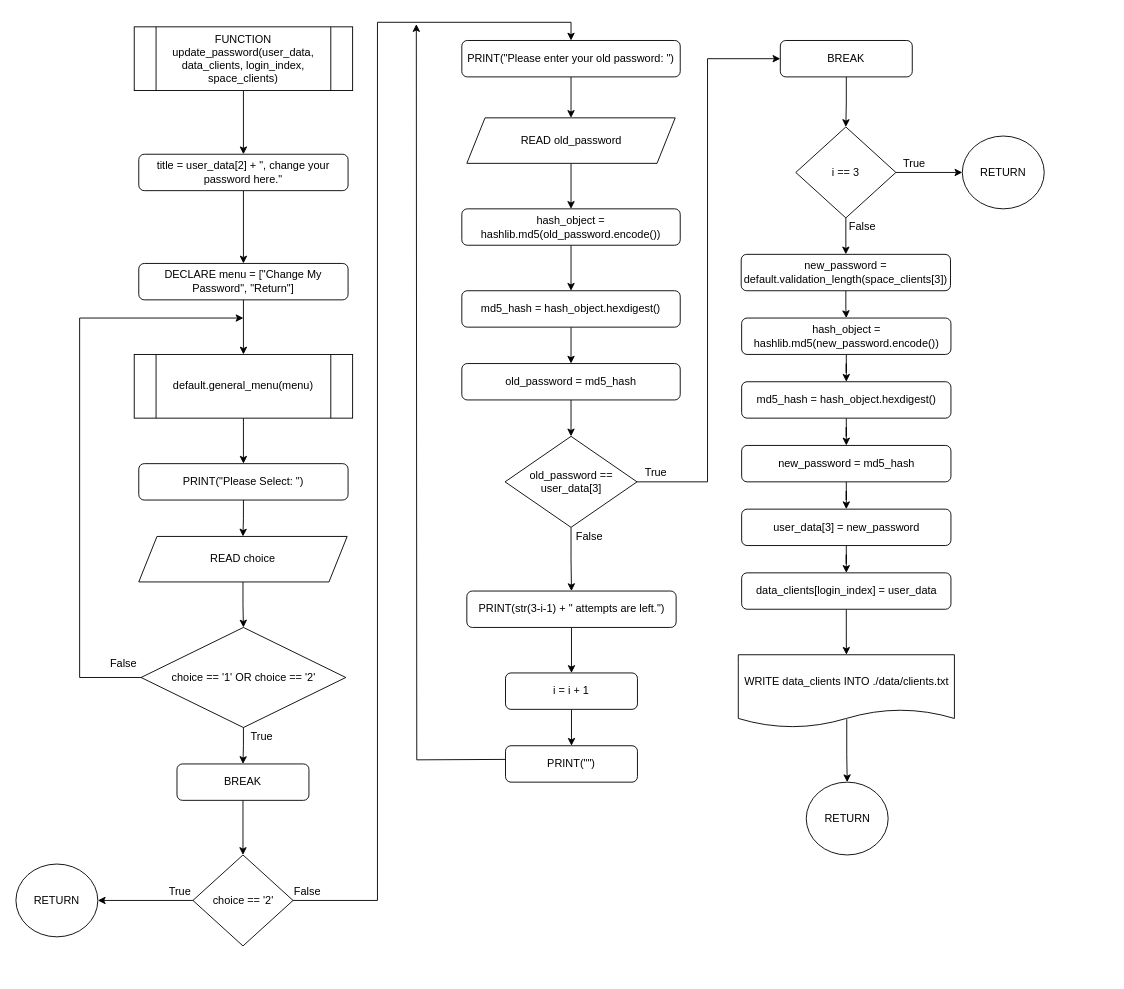
Earlier version of the draw.io diagram Flowchart/clients/update_password.drawio (RabbitBear00/Car-Rental-System). Source tidied: cells renumbered, new cells numbered last; positions are measured from the earlier drawing's top-left corner, leaving out a move shared by most shapes. Both pictures are drawn from the tidied source at 91%, with x=0, y=0 at pixel (15, 24).
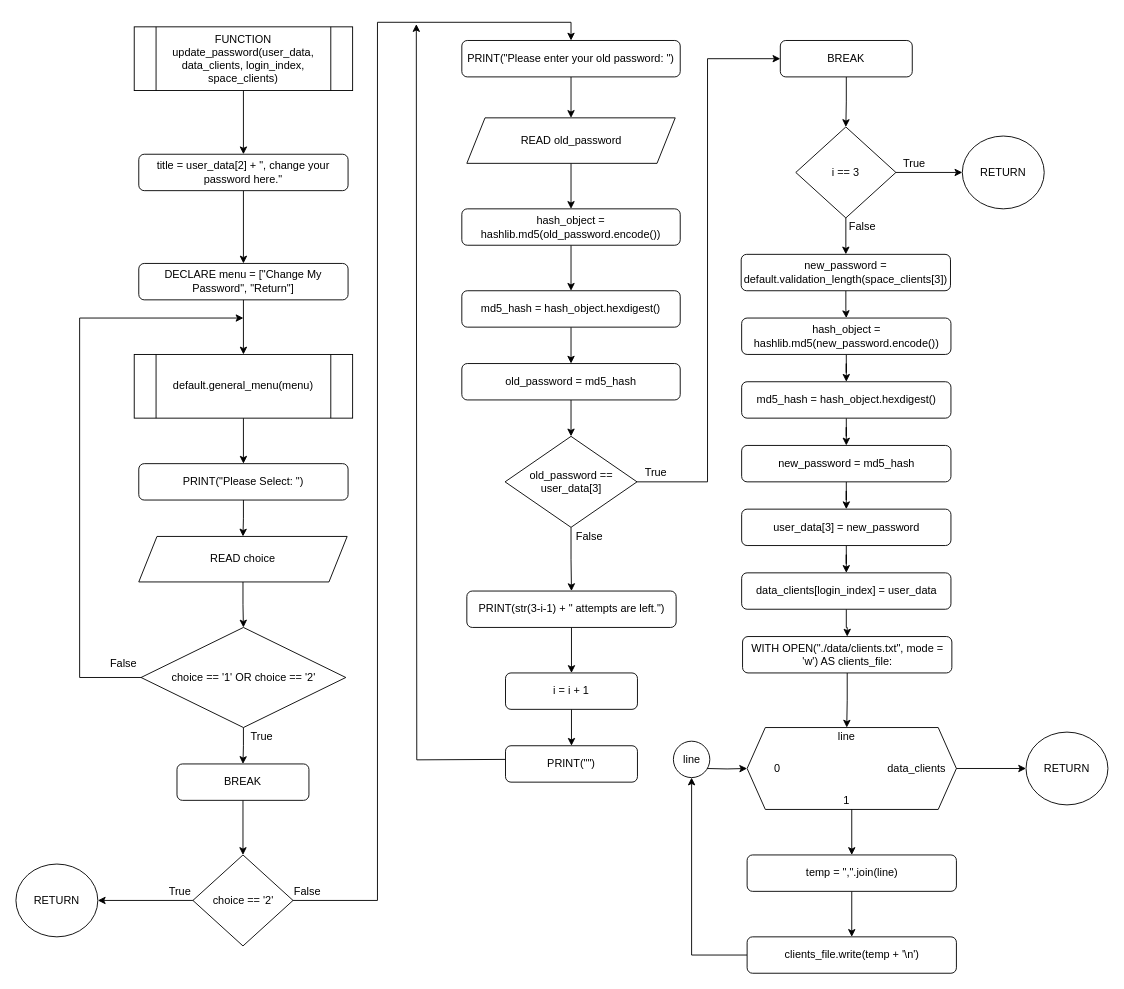
After the change.

Unchanged cells that the change refers to:
```xml
<mxCell id="67" value="data_clients[login_index] = user_data" style="rounded=1;whiteSpace=wrap;html=1;" parent="1" vertex="1">
  <mxGeometry x="797.5" y="603" width="230" height="40" as="geometry" />
</mxCell>
```

Diff of the diagram source:
```diff
@@
-    <mxCell id="66" style="edgeStyle=orthogonalEdgeStyle;rounded=0;jettySize=auto;html=1;" parent="1" edge="1" source="67" target="69">
-      <mxGeometry relative="1" as="geometry" />
-    </mxCell>
+    <mxCell id="71" style="edgeStyle=orthogonalEdgeStyle;rounded=0;jettySize=auto;html=1;" parent="1" edge="1" source="67" target="73">
+      <mxGeometry relative="1" as="geometry" />
+    </mxCell>
@@
-    <mxCell id="68" style="edgeStyle=orthogonalEdgeStyle;rounded=0;jettySize=auto;html=1;exitX=0.502;exitY=0.886;exitDx=0;exitDy=0;exitPerimeter=0;" parent="1" edge="1" source="69" target="70">
-      <mxGeometry relative="1" as="geometry" />
-    </mxCell>
-    <mxCell id="69" value="&lt;span&gt;WRITE data_clients INTO&amp;nbsp;./data/clients.txt&lt;/span&gt;" style="shape=document;whiteSpace=wrap;html=1;boundedLbl=1;size=0.25;" parent="1" vertex="1">
-      <mxGeometry x="793.8" y="693" width="237.5" height="80" as="geometry" />
-    </mxCell>
     <mxCell id="70" value="RETURN" style="ellipse;whiteSpace=wrap;html=1;" parent="1" vertex="1">
-      <mxGeometry x="868.5" y="833" width="90" height="80" as="geometry" />
+      <mxGeometry x="1110" y="778" width="90" height="80" as="geometry" />
     </mxCell>
+    <mxCell id="72" style="edgeStyle=orthogonalEdgeStyle;rounded=0;jettySize=auto;html=1;entryX=0.5;entryY=0;entryDx=0;entryDy=0;" parent="1" edge="1" source="73" target="76">
+      <mxGeometry relative="1" as="geometry" />
+    </mxCell>
+    <mxCell id="73" value="WITH OPEN(&quot;./data/clients.txt&quot;, mode = 'w') AS clients_file:" style="rounded=1;whiteSpace=wrap;html=1;" parent="1" vertex="1">
+      <mxGeometry x="798.5" y="673" width="230" height="40" as="geometry" />
+    </mxCell>
+    <mxCell id="74" style="group;" parent="1" vertex="1">
+      <mxGeometry x="803.5" y="773" width="230" height="90" as="geometry" />
+    </mxCell>
+    <mxCell id="75" style="shape=hexagon;perimeter=hexagonPerimeter2;whiteSpace=wrap;html=1;fixedSize=1;" parent="74" vertex="1">
+      <mxGeometry width="230" height="90" as="geometry" />
+    </mxCell>
+    <mxCell id="76" value="line" style="text;html=1;strokeColor=none;fillColor=none;align=center;verticalAlign=middle;whiteSpace=wrap;rounded=0;" parent="74" vertex="1">
+      <mxGeometry x="87.6" width="43.8" height="20" as="geometry" />
+    </mxCell>
+    <mxCell id="77" value="0" style="text;html=1;strokeColor=none;fillColor=none;align=center;verticalAlign=middle;whiteSpace=wrap;rounded=0;" parent="74" vertex="1">
+      <mxGeometry x="11" y="35" width="43.8" height="20" as="geometry" />
+    </mxCell>
+    <mxCell id="78" value="1" style="text;html=1;strokeColor=none;fillColor=none;align=center;verticalAlign=middle;whiteSpace=wrap;rounded=0;" parent="74" vertex="1">
+      <mxGeometry x="87.6" y="70" width="43.8" height="20" as="geometry" />
+    </mxCell>
+    <mxCell id="79" value="data_clients" style="text;html=1;strokeColor=none;fillColor=none;align=center;verticalAlign=middle;whiteSpace=wrap;rounded=0;" parent="74" vertex="1">
+      <mxGeometry x="164.3" y="35" width="43.8" height="20" as="geometry" />
+    </mxCell>
+    <mxCell id="80" style="edgeStyle=orthogonalEdgeStyle;rounded=0;jettySize=auto;html=1;" parent="1" edge="1" source="81" target="83">
+      <mxGeometry relative="1" as="geometry" />
+    </mxCell>
+    <mxCell id="81" value="temp = &quot;,&quot;.join(line)" style="rounded=1;whiteSpace=wrap;html=1;" parent="1" vertex="1">
+      <mxGeometry x="803.5" y="913" width="230" height="40" as="geometry" />
+    </mxCell>
+    <mxCell id="82" style="edgeStyle=orthogonalEdgeStyle;rounded=0;jettySize=auto;html=1;entryX=0.5;entryY=1;entryDx=0;entryDy=0;" parent="1" edge="1" source="83" target="86">
+      <mxGeometry relative="1" as="geometry" />
+    </mxCell>
+    <mxCell id="83" value="clients_file.write(temp + '\n')" style="rounded=1;whiteSpace=wrap;html=1;" parent="1" vertex="1">
+      <mxGeometry x="803.5" y="1003" width="230" height="40" as="geometry" />
+    </mxCell>
+    <mxCell id="84" style="edgeStyle=orthogonalEdgeStyle;rounded=0;jettySize=auto;html=1;" parent="1" edge="1" source="75" target="81">
+      <mxGeometry relative="1" as="geometry" />
+    </mxCell>
+    <mxCell id="85" style="edgeStyle=orthogonalEdgeStyle;rounded=0;jettySize=auto;html=1;entryX=0;entryY=0.5;entryDx=0;entryDy=0;" parent="1" edge="1" target="75">
+      <mxGeometry relative="1" as="geometry">
+        <mxPoint x="758.5" y="818" as="sourcePoint" />
+      </mxGeometry>
+    </mxCell>
+    <mxCell id="86" value="line" style="ellipse;whiteSpace=wrap;html=1;" parent="1" vertex="1">
+      <mxGeometry x="722.5" y="788" width="40" height="40" as="geometry" />
+    </mxCell>
+    <mxCell id="87" style="edgeStyle=orthogonalEdgeStyle;rounded=0;jettySize=auto;html=1;entryX=0;entryY=0.5;entryDx=0;entryDy=0;" parent="1" edge="1" source="75" target="70">
+      <mxGeometry relative="1" as="geometry" />
+    </mxCell>
```
